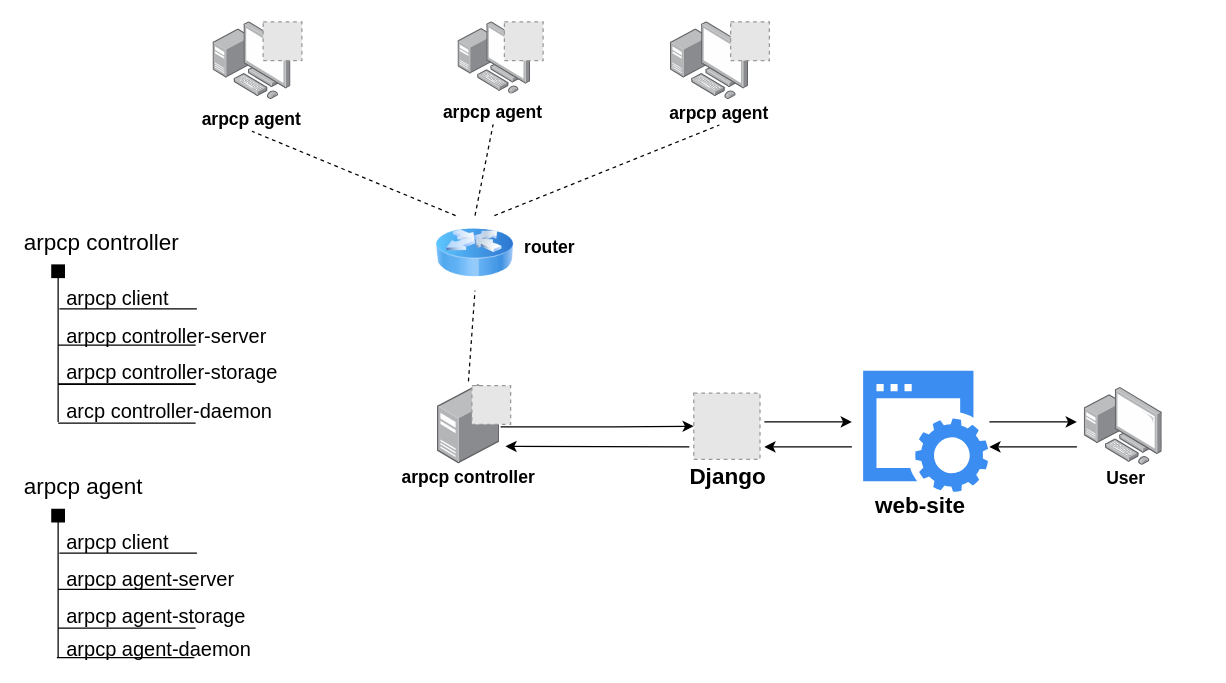
Above: arpcp scheme.drawio in inchernar/arpcp (draw.io), before the change. Source tidied: cells renumbered, new cells numbered last; positions are measured from the earlier drawing's top-left corner, leaving out a move shared by most shapes. Both pictures are drawn from the tidied source at 125%, with x=0, y=0 at pixel (21, 21). Pictures stored in the file or linked from it are replaced by grey dashed boxes.
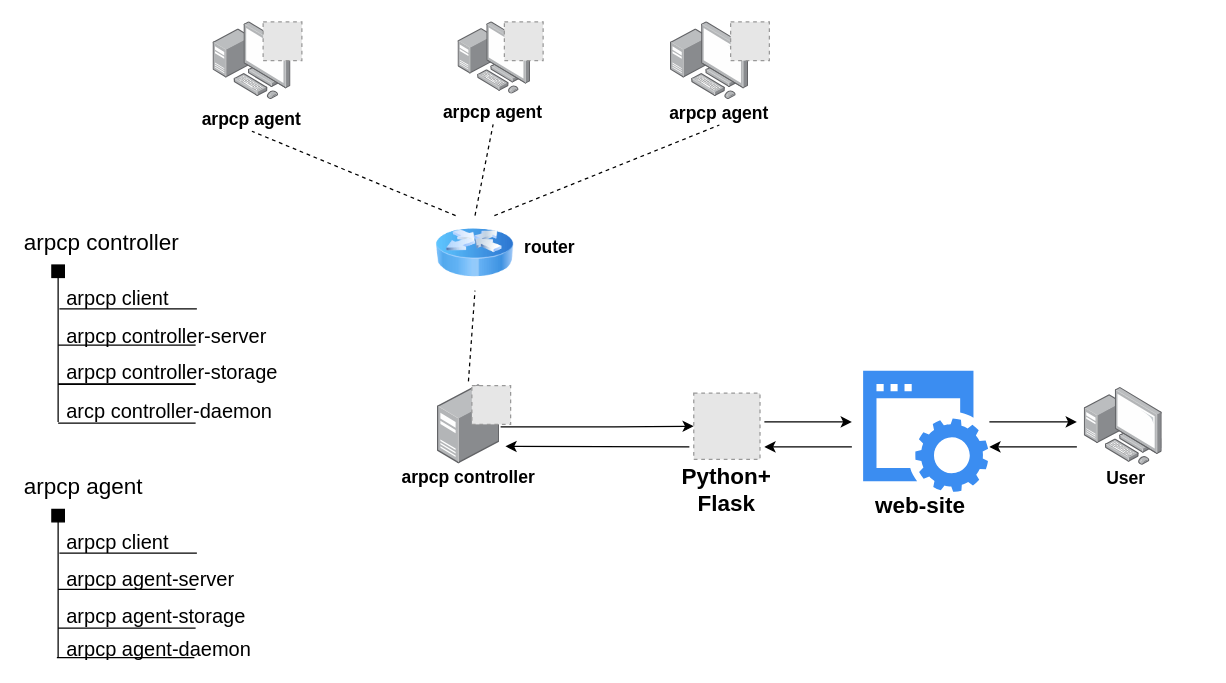
After the change.

Diff of the diagram source:
```diff
@@
-    <mxCell id="12" value="&lt;font style=&quot;font-size: 18px;&quot;&gt;&lt;b style=&quot;font-size: 18px;&quot;&gt;Django&lt;/b&gt;&lt;/font&gt;" style="text;html=1;strokeColor=none;fillColor=none;align=center;verticalAlign=middle;whiteSpace=wrap;rounded=0;fontSize=18;" parent="1" vertex="1">
-      <mxGeometry x="514" y="354" width="102" height="20" as="geometry" />
+    <mxCell id="12" value="&lt;b&gt;Python+&lt;br&gt;Flask&lt;/b&gt;" style="text;html=1;strokeColor=none;fillColor=none;align=center;verticalAlign=middle;whiteSpace=wrap;rounded=0;fontSize=18;" parent="1" vertex="1">
+      <mxGeometry x="513" y="365" width="102" height="20" as="geometry" />
     </mxCell>
```
